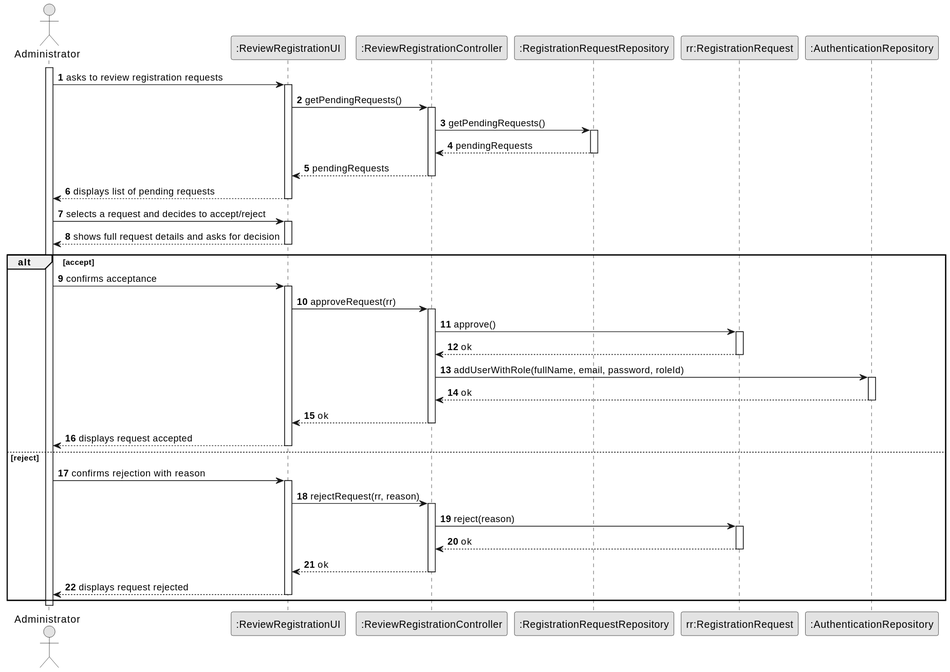
brunodspinto/crystal-clear-platform keeps this PlantUML diagram as docs/system-documentation/US02/03.design/svg/US02_SD.svg. Above is the earlier version.
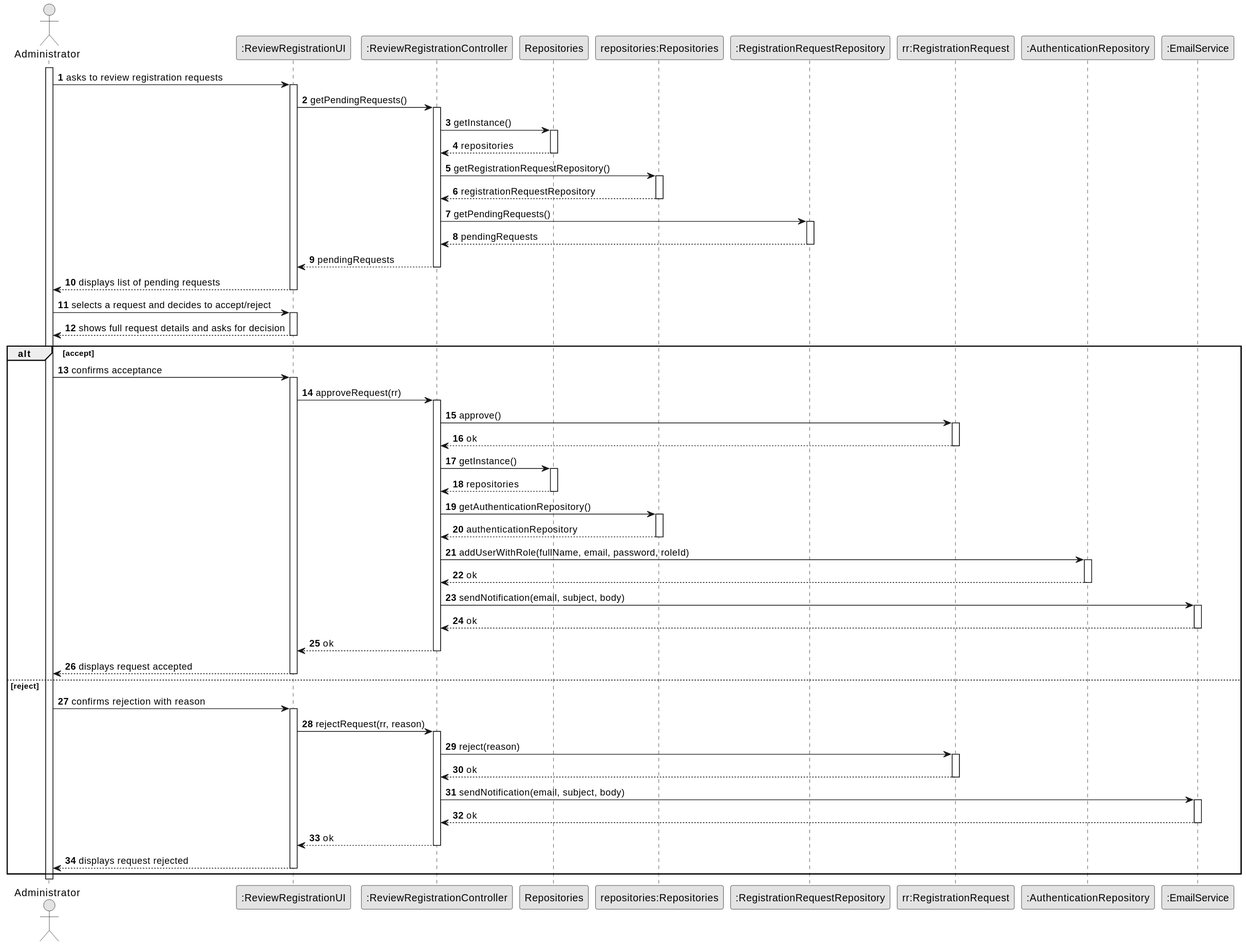
The same file after the commit.

Change to the diagram source:
```diff
@@ -8,9 +8,12 @@
 actor "Administrator" as Admin
 participant ":ReviewRegistrationUI" as UI
 participant ":ReviewRegistrationController" as CTRL
+participant "Repositories" as REPOS
+participant "repositories:Repositories" as REPOS_SINGLETON
 participant ":RegistrationRequestRepository" as REPO
 participant "rr:RegistrationRequest" as RR
 participant ":AuthenticationRepository" as AUTH
+participant ":EmailService" as EMAIL
 
 activate Admin
 
@@ -18,6 +21,16 @@
     activate UI
         UI -> CTRL : getPendingRequests()
         activate CTRL
+            CTRL -> REPOS : getInstance()
+            activate REPOS
+                REPOS --> CTRL : repositories
+            deactivate REPOS
+
+            CTRL -> REPOS_SINGLETON : getRegistrationRequestRepository()
+            activate REPOS_SINGLETON
+                REPOS_SINGLETON --> CTRL : registrationRequestRepository
+            deactivate REPOS_SINGLETON
+
             CTRL -> REPO : getPendingRequests()
             activate REPO
                 REPO --> CTRL : pendingRequests
@@ -41,10 +54,24 @@
                 activate RR
                     RR --> CTRL : ok
                 deactivate RR
+                CTRL -> REPOS : getInstance()
+                activate REPOS
+                    REPOS --> CTRL : repositories
+                deactivate REPOS
+
+                CTRL -> REPOS_SINGLETON : getAuthenticationRepository()
+                activate REPOS_SINGLETON
+                    REPOS_SINGLETON --> CTRL : authenticationRepository
+                deactivate REPOS_SINGLETON
+
                 CTRL -> AUTH : addUserWithRole(fullName, email, password, roleId)
                 activate AUTH
                     AUTH --> CTRL : ok
                 deactivate AUTH
+                CTRL -> EMAIL : sendNotification(email, subject, body)
+                activate EMAIL
+                    EMAIL --> CTRL : ok
+                deactivate EMAIL
                 CTRL --> UI : ok
             deactivate CTRL
             UI --> Admin : displays request accepted
@@ -59,6 +86,10 @@
                 activate RR
                     RR --> CTRL : ok
                 deactivate RR
+                CTRL -> EMAIL : sendNotification(email, subject, body)
+                activate EMAIL
+                    EMAIL --> CTRL : ok
+                deactivate EMAIL
                 CTRL --> UI : ok
             deactivate CTRL
             UI --> Admin : displays request rejected
```
